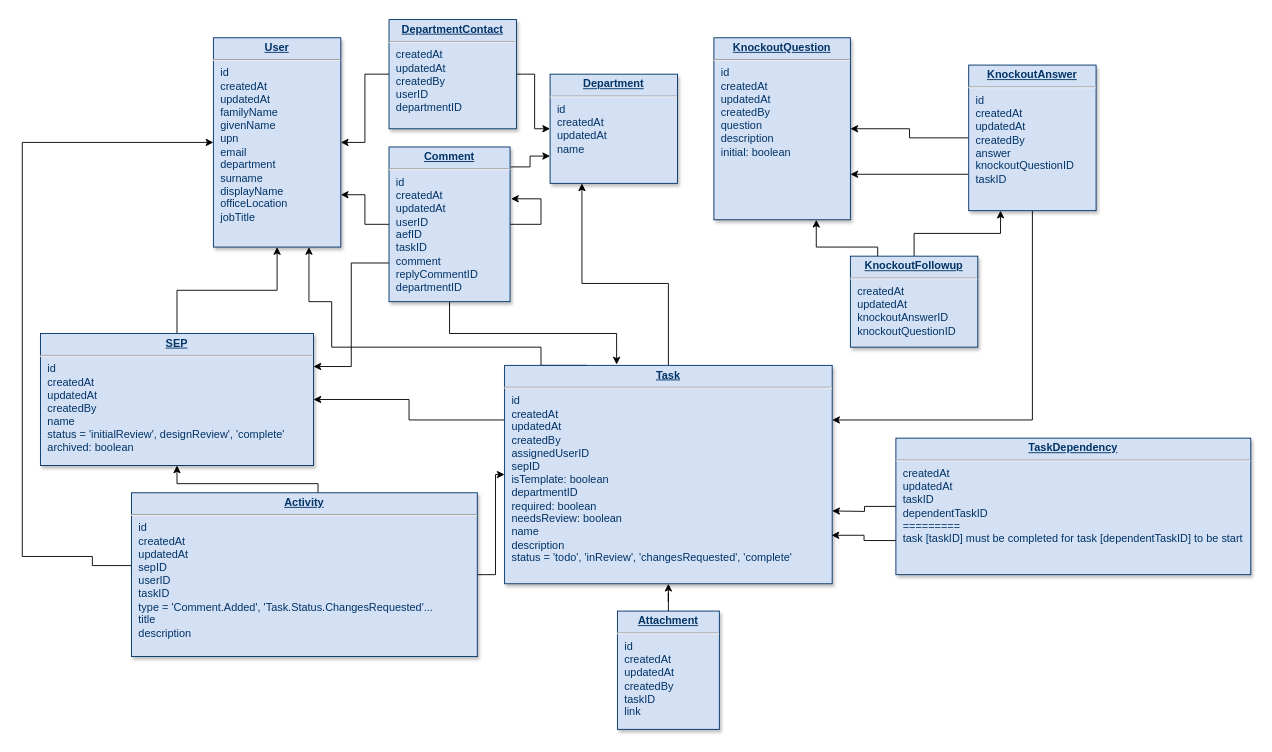
Above: docs/sep-database.drawio.xml in BitCoyote/Solution-Enablement-Process (draw.io), before the change. Source tidied: cells renumbered, new cells numbered last; positions are measured from the earlier drawing's top-left corner, leaving out a move shared by most shapes. Both pictures are drawn from the tidied source at 91%, with x=0, y=0 at pixel (22, 19).
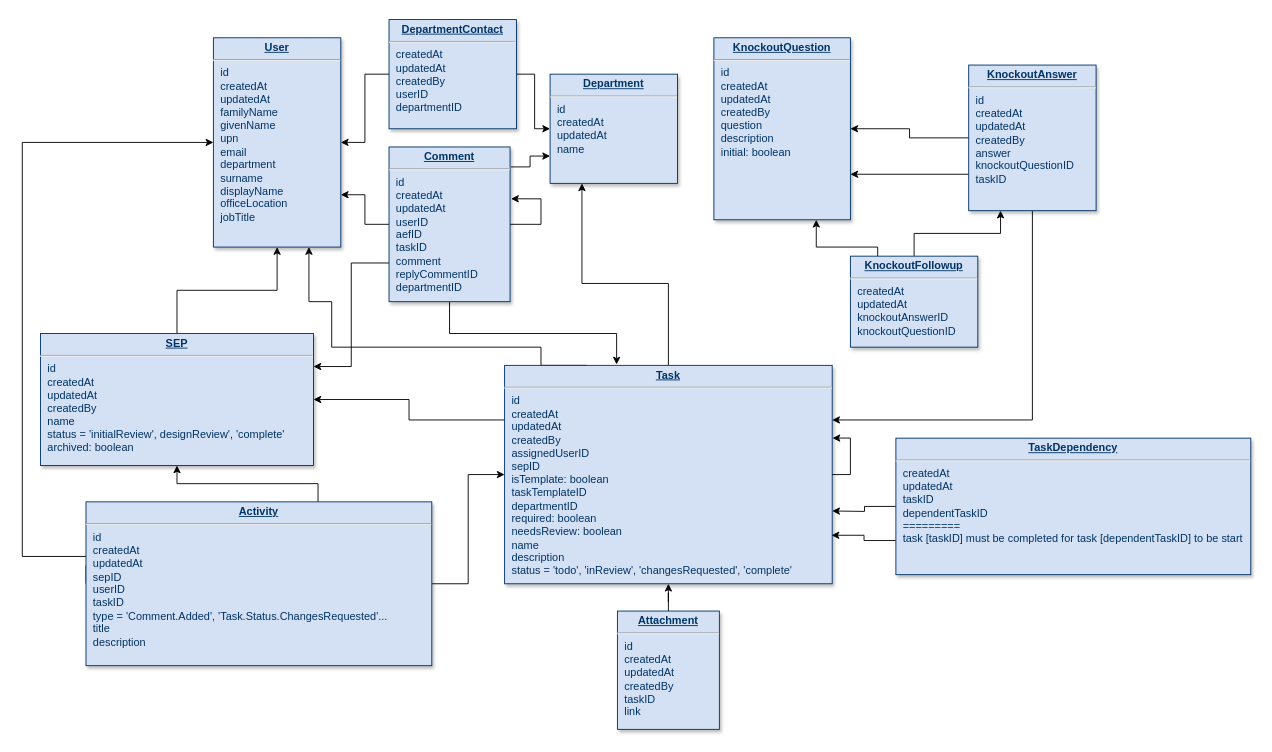
The same diagram, later.

The edit, as a diff of the source:
```diff
@@
-    <mxCell id="12" value="&lt;p style=&quot;margin: 0px; margin-top: 4px; text-align: center; text-decoration: underline;&quot;&gt;&lt;strong&gt;Task&lt;/strong&gt;&lt;/p&gt;&lt;hr&gt;&lt;p style=&quot;margin: 0px; margin-left: 8px;&quot;&gt;id&lt;/p&gt;&lt;p style=&quot;margin: 0px; margin-left: 8px;&quot;&gt;createdAt&lt;/p&gt;&lt;p style=&quot;margin: 0px; margin-left: 8px;&quot;&gt;updatedAt&lt;/p&gt;&lt;p style=&quot;margin: 0px; margin-left: 8px;&quot;&gt;createdBy&lt;br&gt;&lt;/p&gt;&lt;p style=&quot;margin: 0px; margin-left: 8px;&quot;&gt;assignedUserID&lt;/p&gt;&lt;p style=&quot;margin: 0px; margin-left: 8px;&quot;&gt;sepID&lt;/p&gt;&lt;p style=&quot;margin: 0px 0px 0px 8px;&quot;&gt;&lt;span style=&quot;background-color: initial;&quot;&gt;isTemplate: boolean&lt;/span&gt;&lt;/p&gt;&lt;p style=&quot;margin: 0px; margin-left: 8px;&quot;&gt;departmentID&lt;/p&gt;&lt;p style=&quot;margin: 0px; margin-left: 8px;&quot;&gt;required: boolean&lt;/p&gt;&lt;p style=&quot;margin: 0px; margin-left: 8px;&quot;&gt;needsReview: boolean&lt;/p&gt;&lt;p style=&quot;margin: 0px; margin-left: 8px;&quot;&gt;&lt;span style=&quot;background-color: initial;&quot;&gt;name&lt;/span&gt;&lt;br&gt;&lt;/p&gt;&lt;p style=&quot;margin: 0px; margin-left: 8px;&quot;&gt;description&lt;/p&gt;&lt;p style=&quot;margin: 0px; margin-left: 8px;&quot;&gt;&lt;span style=&quot;background-color: initial;&quot;&gt;status = 'todo', 'inReview', 'changesRequested', 'complete'&lt;/span&gt;&lt;br&gt;&lt;/p&gt;" style="verticalAlign=top;align=left;overflow=fill;fontSize=12;fontFamily=Helvetica;html=1;strokeColor=#003366;shadow=1;fillColor=#D4E1F5;fontColor=#003366;" parent="1" vertex="1">
+    <mxCell id="12" value="&lt;p style=&quot;margin: 0px; margin-top: 4px; text-align: center; text-decoration: underline;&quot;&gt;&lt;strong&gt;Task&lt;/strong&gt;&lt;/p&gt;&lt;hr&gt;&lt;p style=&quot;margin: 0px; margin-left: 8px;&quot;&gt;id&lt;/p&gt;&lt;p style=&quot;margin: 0px; margin-left: 8px;&quot;&gt;createdAt&lt;/p&gt;&lt;p style=&quot;margin: 0px; margin-left: 8px;&quot;&gt;updatedAt&lt;/p&gt;&lt;p style=&quot;margin: 0px; margin-left: 8px;&quot;&gt;createdBy&lt;br&gt;&lt;/p&gt;&lt;p style=&quot;margin: 0px; margin-left: 8px;&quot;&gt;assignedUserID&lt;/p&gt;&lt;p style=&quot;margin: 0px; margin-left: 8px;&quot;&gt;sepID&lt;/p&gt;&lt;p style=&quot;margin: 0px 0px 0px 8px;&quot;&gt;&lt;span style=&quot;background-color: initial;&quot;&gt;isTemplate: boolean&lt;/span&gt;&lt;/p&gt;&lt;p style=&quot;margin: 0px 0px 0px 8px;&quot;&gt;&lt;span style=&quot;background-color: initial;&quot;&gt;taskTemplateID&lt;/span&gt;&lt;/p&gt;&lt;p style=&quot;margin: 0px; margin-left: 8px;&quot;&gt;departmentID&lt;/p&gt;&lt;p style=&quot;margin: 0px; margin-left: 8px;&quot;&gt;required: boolean&lt;/p&gt;&lt;p style=&quot;margin: 0px; margin-left: 8px;&quot;&gt;needsReview: boolean&lt;/p&gt;&lt;p style=&quot;margin: 0px; margin-left: 8px;&quot;&gt;&lt;span style=&quot;background-color: initial;&quot;&gt;name&lt;/span&gt;&lt;br&gt;&lt;/p&gt;&lt;p style=&quot;margin: 0px; margin-left: 8px;&quot;&gt;description&lt;/p&gt;&lt;p style=&quot;margin: 0px; margin-left: 8px;&quot;&gt;&lt;span style=&quot;background-color: initial;&quot;&gt;status = 'todo', 'inReview', 'changesRequested', 'complete'&lt;/span&gt;&lt;br&gt;&lt;/p&gt;" style="verticalAlign=top;align=left;overflow=fill;fontSize=12;fontFamily=Helvetica;html=1;strokeColor=#003366;shadow=1;fillColor=#D4E1F5;fontColor=#003366;" parent="1" vertex="1">
       <mxGeometry x="530" y="380" width="360" height="240" as="geometry" />
     </mxCell>
@@
     <mxCell id="24" value="&lt;p style=&quot;margin: 0px; margin-top: 4px; text-align: center; text-decoration: underline;&quot;&gt;&lt;strong&gt;Activity&lt;/strong&gt;&lt;/p&gt;&lt;hr&gt;&lt;p style=&quot;margin: 0px; margin-left: 8px;&quot;&gt;id&lt;/p&gt;&lt;p style=&quot;margin: 0px; margin-left: 8px;&quot;&gt;createdAt&lt;/p&gt;&lt;p style=&quot;margin: 0px; margin-left: 8px;&quot;&gt;updatedAt&lt;/p&gt;&lt;p style=&quot;margin: 0px; margin-left: 8px;&quot;&gt;&lt;span style=&quot;background-color: initial;&quot;&gt;sepID&lt;/span&gt;&lt;/p&gt;&lt;p style=&quot;margin: 0px; margin-left: 8px;&quot;&gt;&lt;span style=&quot;background-color: initial;&quot;&gt;userID&lt;/span&gt;&lt;br&gt;&lt;/p&gt;&lt;p style=&quot;margin: 0px; margin-left: 8px;&quot;&gt;&lt;span style=&quot;background-color: initial;&quot;&gt;taskID&lt;/span&gt;&lt;/p&gt;&lt;p style=&quot;margin: 0px; margin-left: 8px;&quot;&gt;type = 'Comment.Added', 'Task.Status.ChangesRequested'...&lt;/p&gt;&lt;p style=&quot;margin: 0px; margin-left: 8px;&quot;&gt;title&lt;/p&gt;&lt;p style=&quot;margin: 0px; margin-left: 8px;&quot;&gt;description&lt;/p&gt;" style="verticalAlign=top;align=left;overflow=fill;fontSize=12;fontFamily=Helvetica;html=1;strokeColor=#003366;shadow=1;fillColor=#D4E1F5;fontColor=#003366;" parent="1" vertex="1">
-      <mxGeometry x="120" y="520" width="380" height="180" as="geometry" />
+      <mxGeometry x="70" y="530" width="380" height="180" as="geometry" />
     </mxCell>
@@
+    <mxCell id="36" style="edgeStyle=orthogonalEdgeStyle;rounded=0;orthogonalLoop=1;jettySize=auto;html=1;exitX=1;exitY=0.5;exitDx=0;exitDy=0;entryX=1.001;entryY=0.333;entryDx=0;entryDy=0;entryPerimeter=0;" parent="1" edge="1" source="12" target="12">
+      <mxGeometry relative="1" as="geometry" />
+    </mxCell>
```
